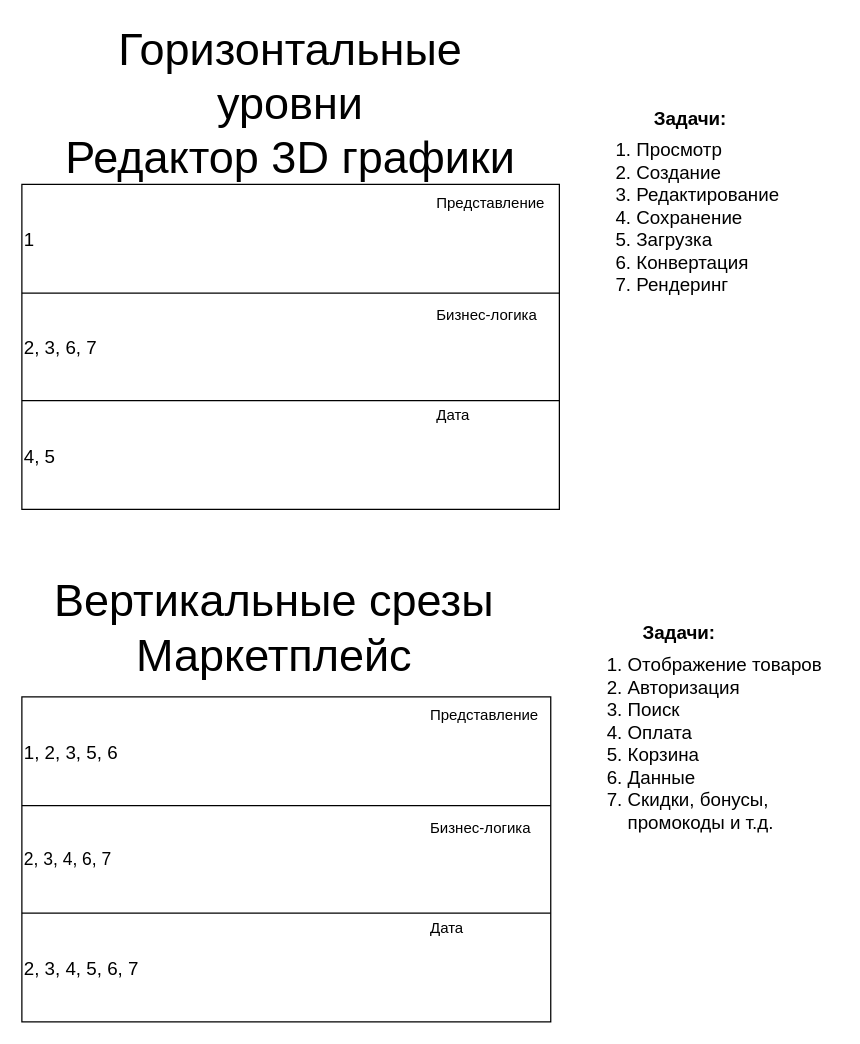
AlexeyZam15/architecture-po-seminars keeps this draw.io diagram as seminar_05/diagrams.drawio. Above is the earlier version. Source tidied: cells renumbered, new cells numbered last; positions are measured from the earlier drawing's top-left corner, leaving out a move shared by most shapes. Both pictures are drawn from the tidied source at 125%, with x=0, y=0 at pixel (21, 84).
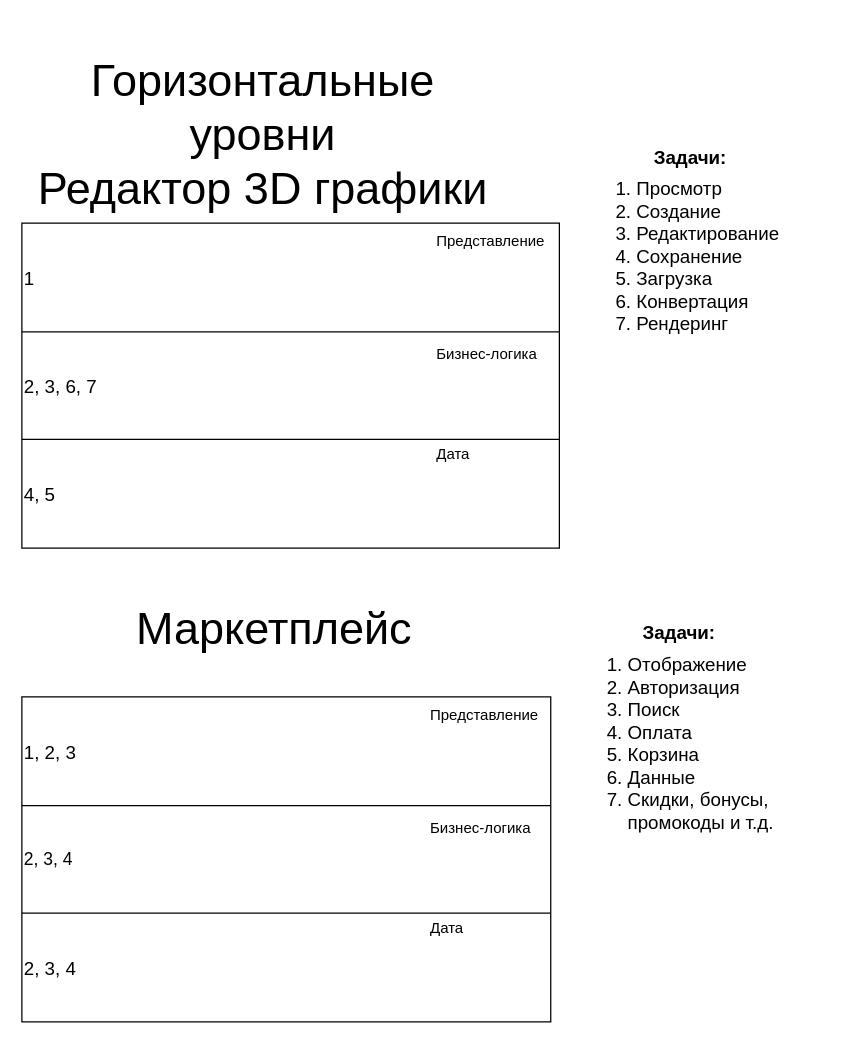
The same diagram, later.

Commit message:
fixed position in diagram

The change refers to these unchanged cells:
```xml
<mxCell id="6" style="shape=tableRow;horizontal=0;startSize=0;swimlaneHead=0;swimlaneBody=0;strokeColor=inherit;top=0;left=0;bottom=0;right=0;fillColor=none;" parent="5" vertex="1">
  <mxGeometry width="423.1" height="87" as="geometry" />
</mxCell>
<mxCell id="8" style="shape=tableRow;horizontal=0;startSize=0;swimlaneHead=0;swimlaneBody=0;strokeColor=inherit;top=0;left=0;bottom=0;right=0;fillColor=none;" parent="5" vertex="1">
  <mxGeometry y="87" width="423.1" height="86" as="geometry" />
</mxCell>
<mxCell id="10" style="shape=tableRow;horizontal=0;startSize=0;swimlaneHead=0;swimlaneBody=0;strokeColor=inherit;top=0;left=0;bottom=0;right=0;fillColor=none;" parent="5" vertex="1">
  <mxGeometry y="173" width="423.1" height="87" as="geometry" />
</mxCell>
```

What changed in the source:
```diff
@@
     <mxCell id="2" style="group;" parent="1" vertex="1">
-      <mxGeometry y="420" width="652.7" height="330" as="geometry" />
+      <mxGeometry y="420" width="610" height="330" as="geometry" />
     </mxCell>
-    <mxCell id="3" value="&lt;span style=&quot;font-size: 36px;&quot;&gt;Вертикальные срезы&lt;br&gt;Маркетплейс&lt;/span&gt;" style="text;html=1;strokeColor=none;fillColor=none;align=center;verticalAlign=middle;whiteSpace=wrap;rounded=0;" parent="2" vertex="1">
+    <mxCell id="3" value="&lt;span style=&quot;font-size: 36px;&quot;&gt;Маркетплейс&lt;/span&gt;" style="text;html=1;strokeColor=none;fillColor=none;align=center;verticalAlign=middle;whiteSpace=wrap;rounded=0;" parent="2" vertex="1">
       <mxGeometry x="19.7" width="364" height="30" as="geometry" />
     </mxCell>
@@
-    <mxCell id="7" value="&lt;font style=&quot;font-size: 15px;&quot;&gt;1, 2, 3, 5, 6&lt;/font&gt;" style="shape=partialRectangle;html=1;whiteSpace=wrap;strokeColor=inherit;overflow=hidden;fillColor=none;top=0;left=0;bottom=0;right=0;align=left;" parent="6" vertex="1">
+    <mxCell id="7" value="&lt;font style=&quot;font-size: 15px;&quot;&gt;1, 2, 3&lt;/font&gt;" style="shape=partialRectangle;html=1;whiteSpace=wrap;strokeColor=inherit;overflow=hidden;fillColor=none;top=0;left=0;bottom=0;right=0;align=left;" parent="6" vertex="1">
       <mxGeometry width="423" height="87" as="geometry" />
     </mxCell>
@@
-    <mxCell id="9" value="&lt;font style=&quot;font-size: 14px;&quot;&gt;2, 3, 4, 6, 7&lt;/font&gt;" style="shape=partialRectangle;html=1;whiteSpace=wrap;strokeColor=inherit;overflow=hidden;fillColor=none;top=0;left=0;bottom=0;right=0;align=left;" parent="8" vertex="1">
+    <mxCell id="9" value="&lt;font style=&quot;font-size: 14px;&quot;&gt;2, 3, 4&lt;/font&gt;" style="shape=partialRectangle;html=1;whiteSpace=wrap;strokeColor=inherit;overflow=hidden;fillColor=none;top=0;left=0;bottom=0;right=0;align=left;" parent="8" vertex="1">
       <mxGeometry width="423" height="86" as="geometry" />
     </mxCell>
@@
-    <mxCell id="11" value="&lt;font style=&quot;font-size: 15px;&quot;&gt;2, 3, 4, 5, 6, 7&lt;/font&gt;" style="shape=partialRectangle;html=1;whiteSpace=wrap;strokeColor=inherit;overflow=hidden;fillColor=none;top=0;left=0;bottom=0;right=0;align=left;" parent="10" vertex="1">
+    <mxCell id="11" value="&lt;font style=&quot;font-size: 15px;&quot;&gt;2, 3, 4&lt;/font&gt;" style="shape=partialRectangle;html=1;whiteSpace=wrap;strokeColor=inherit;overflow=hidden;fillColor=none;top=0;left=0;bottom=0;right=0;align=left;" parent="10" vertex="1">
       <mxGeometry width="423" height="87" as="geometry" />
     </mxCell>
@@
     <mxCell id="15" style="group;align=left;" parent="2" vertex="1">
-      <mxGeometry x="442.7" width="210" height="180" as="geometry" />
+      <mxGeometry x="442.7" width="167.3" height="180" as="geometry" />
     </mxCell>
-    <mxCell id="16" value="&lt;ol style=&quot;font-size: 15px;&quot;&gt;&lt;li style=&quot;font-size: 15px;&quot;&gt;Отображение товаров&lt;/li&gt;&lt;li style=&quot;font-size: 15px;&quot;&gt;Авторизация&lt;/li&gt;&lt;li style=&quot;font-size: 15px;&quot;&gt;Поиск&lt;/li&gt;&lt;li style=&quot;font-size: 15px;&quot;&gt;Оплата&lt;/li&gt;&lt;li style=&quot;font-size: 15px;&quot;&gt;Корзина&lt;/li&gt;&lt;li style=&quot;font-size: 15px;&quot;&gt;Данные&lt;/li&gt;&lt;li style=&quot;font-size: 15px;&quot;&gt;Скидки, бонусы, промокоды и т.д.&lt;/li&gt;&lt;/ol&gt;" style="text;strokeColor=none;fillColor=none;html=1;whiteSpace=wrap;verticalAlign=middle;overflow=hidden;fontSize=15;" parent="15" vertex="1">
-      <mxGeometry y="17.6" width="210" height="162.3" as="geometry" />
+    <mxCell id="16" value="&lt;ol style=&quot;font-size: 15px;&quot;&gt;&lt;li style=&quot;font-size: 15px;&quot;&gt;Отображение&lt;/li&gt;&lt;li style=&quot;font-size: 15px;&quot;&gt;Авторизация&lt;/li&gt;&lt;li style=&quot;font-size: 15px;&quot;&gt;Поиск&lt;/li&gt;&lt;li style=&quot;font-size: 15px;&quot;&gt;Оплата&lt;/li&gt;&lt;li style=&quot;font-size: 15px;&quot;&gt;Корзина&lt;/li&gt;&lt;li style=&quot;font-size: 15px;&quot;&gt;Данные&lt;/li&gt;&lt;li style=&quot;font-size: 15px;&quot;&gt;Скидки, бонусы, промокоды и т.д.&lt;/li&gt;&lt;/ol&gt;" style="text;strokeColor=none;fillColor=none;html=1;whiteSpace=wrap;verticalAlign=middle;overflow=hidden;fontSize=15;" parent="15" vertex="1">
+      <mxGeometry y="17.7" width="167.3" height="162.3" as="geometry" />
     </mxCell>
@@
     <mxCell id="18" style="group;" parent="1" vertex="1">
-      <mxGeometry y="10" width="620" height="330" as="geometry" />
+      <mxGeometry y="41" width="620" height="330" as="geometry" />
     </mxCell>
@@
     <mxCell id="33" value="&lt;font style=&quot;font-size: 36px;&quot;&gt;Горизонтальные уровни&lt;br&gt;Редактор 3D графики&lt;/font&gt;" style="text;html=1;strokeColor=none;fillColor=none;align=center;verticalAlign=middle;whiteSpace=wrap;rounded=0;" parent="1" vertex="1">
-      <mxGeometry x="20" width="390" height="30" as="geometry" />
+      <mxGeometry x="8" y="25" width="370" height="30" as="geometry" />
     </mxCell>
```
